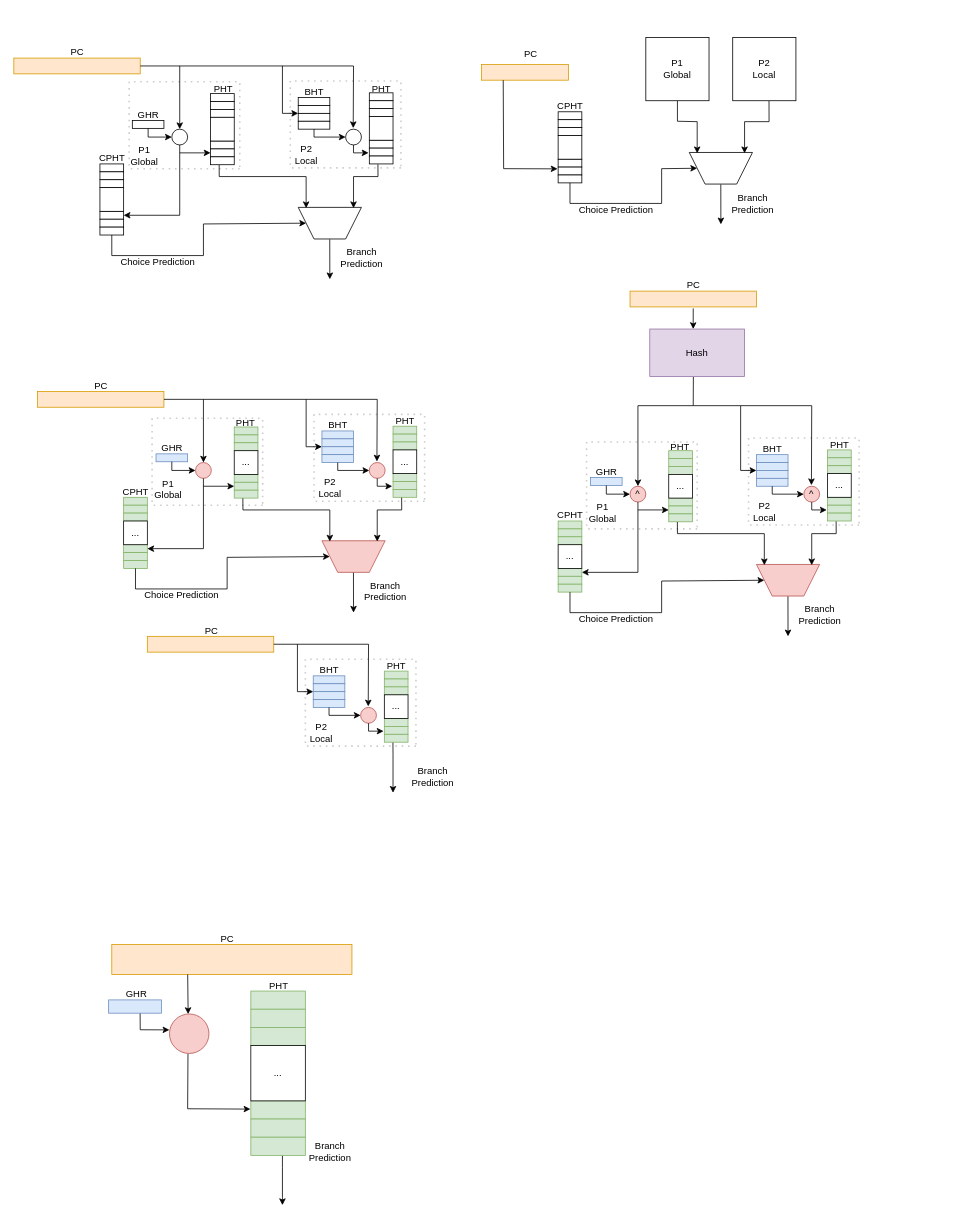
Before: page "分支预测" (8 of 8) of 五级流水.drawio in ZPNMiaoHeng/drawioFolder, a draw.io diagram. Source tidied: cells renumbered, new cells numbered last; positions are measured from the earlier drawing's top-left corner, leaving out a move shared by most shapes. Both pictures are drawn from the tidied source at 79%, with x=0, y=0 at pixel (13, 37).
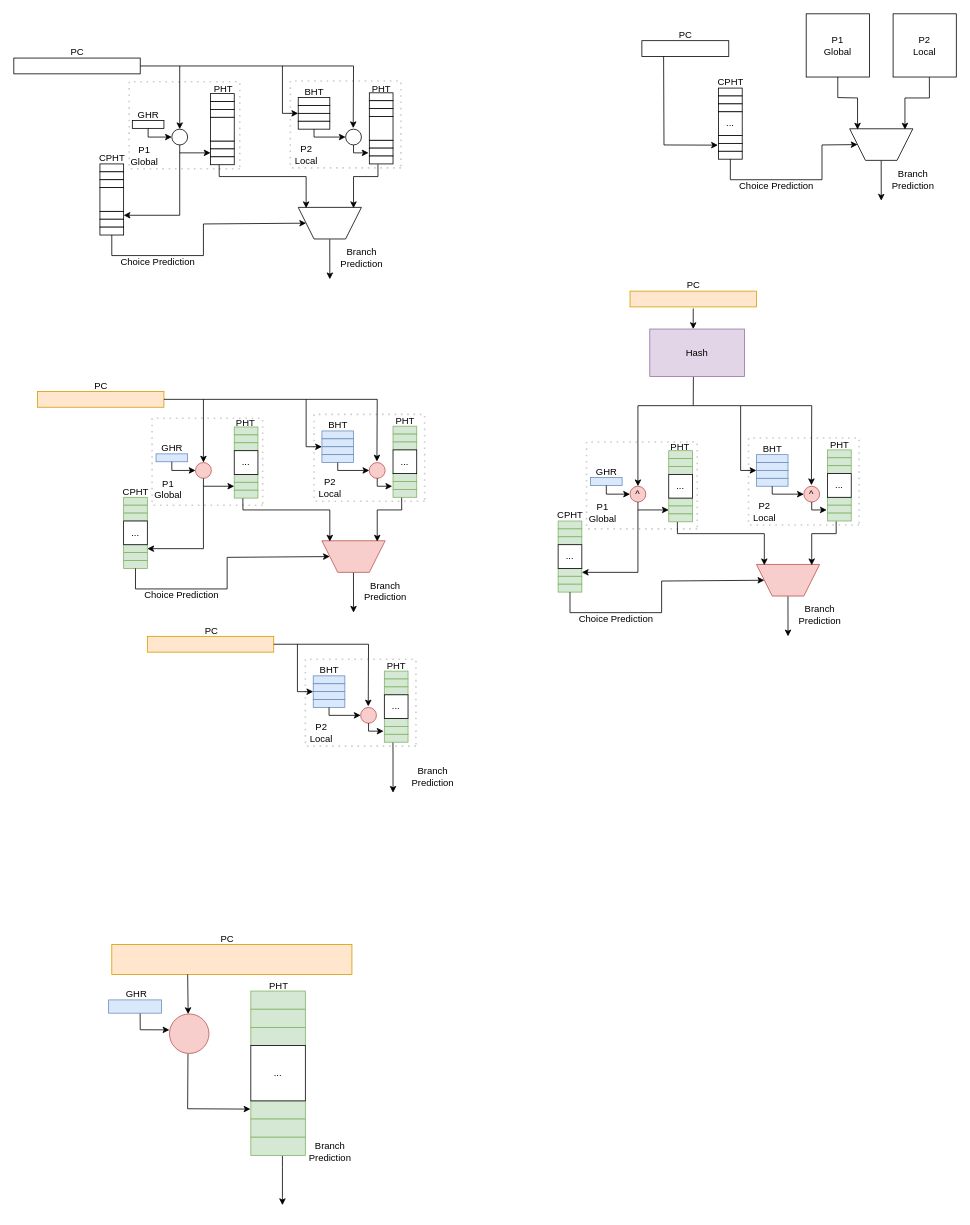
The same diagram, later.

Commit message (it also covers changes not shown here):
更新五级流水.drawio

Diff of the diagram source:
```diff
@@
-    <mxCell id="2" style="rounded=0;whiteSpace=wrap;html=1;fillColor=#ffe6cc;strokeColor=#d79b00;" parent="1" vertex="1">
+    <mxCell id="2" style="rounded=0;whiteSpace=wrap;html=1;" parent="1" vertex="1">
       <mxGeometry y="26" width="160" height="20" as="geometry" />
     </mxCell>
@@
-    <mxCell id="208" style="rounded=0;whiteSpace=wrap;html=1;fillColor=#ffe6cc;strokeColor=#d79b00;" parent="1" vertex="1">
-      <mxGeometry x="592" y="34" width="110" height="20" as="geometry" />
+    <mxCell id="208" style="rounded=0;whiteSpace=wrap;html=1;" parent="1" vertex="1">
+      <mxGeometry x="795" y="4" width="110" height="20" as="geometry" />
     </mxCell>
     <mxCell id="209" value="PC" style="text;html=1;align=center;verticalAlign=middle;strokeColor=none;fillColor=none;" parent="1" vertex="1">
-      <mxGeometry x="634" y="6" width="40" height="30" as="geometry" />
+      <mxGeometry x="830" y="-18" width="40" height="30" as="geometry" />
     </mxCell>
     <mxCell id="210" style="shape=trapezoid;perimeter=trapezoidPerimeter;whiteSpace=wrap;html=1;fixedSize=1;direction=west;" parent="1" vertex="1">
-      <mxGeometry x="855" y="145.5" width="80" height="40" as="geometry" />
+      <mxGeometry x="1058" y="115.5" width="80" height="40" as="geometry" />
     </mxCell>
     <mxCell id="211" style="rounded=0;whiteSpace=wrap;html=1;" parent="1" vertex="1">
-      <mxGeometry x="689" y="94" width="30" height="10" as="geometry" />
+      <mxGeometry x="892" y="64" width="30" height="10" as="geometry" />
     </mxCell>
     <mxCell id="212" style="rounded=0;whiteSpace=wrap;html=1;" parent="1" vertex="1">
-      <mxGeometry x="689" y="104" width="30" height="10" as="geometry" />
+      <mxGeometry x="892" y="74" width="30" height="10" as="geometry" />
     </mxCell>
     <mxCell id="213" style="rounded=0;whiteSpace=wrap;html=1;" parent="1" vertex="1">
-      <mxGeometry x="689" y="114" width="30" height="10" as="geometry" />
+      <mxGeometry x="892" y="84" width="30" height="10" as="geometry" />
     </mxCell>
     <mxCell id="214" style="rounded=0;whiteSpace=wrap;html=1;" parent="1" vertex="1">
-      <mxGeometry x="689" y="154" width="30" height="10" as="geometry" />
+      <mxGeometry x="892" y="124" width="30" height="10" as="geometry" />
     </mxCell>
     <mxCell id="215" style="rounded=0;whiteSpace=wrap;html=1;" parent="1" vertex="1">
-      <mxGeometry x="689" y="164" width="30" height="10" as="geometry" />
+      <mxGeometry x="892" y="134" width="30" height="10" as="geometry" />
     </mxCell>
     <mxCell id="216" style="rounded=0;whiteSpace=wrap;html=1;" parent="1" vertex="1">
-      <mxGeometry x="689" y="174" width="30" height="10" as="geometry" />
+      <mxGeometry x="892" y="144" width="30" height="10" as="geometry" />
     </mxCell>
-    <mxCell id="217" style="rounded=0;whiteSpace=wrap;html=1;" parent="1" vertex="1">
-      <mxGeometry x="689" y="124" width="30" height="30" as="geometry" />
+    <mxCell id="217" value="..." style="rounded=0;whiteSpace=wrap;html=1;" parent="1" vertex="1">
+      <mxGeometry x="892" y="94" width="30" height="30" as="geometry" />
     </mxCell>
     <mxCell id="218" value="CPHT" style="text;html=1;align=center;verticalAlign=middle;strokeColor=none;fillColor=none;" parent="1" vertex="1">
-      <mxGeometry x="674" y="72" width="60" height="30" as="geometry" />
+      <mxGeometry x="877" y="42" width="60" height="30" as="geometry" />
     </mxCell>
     <mxCell id="219" style="endArrow=classic;html=1;rounded=0;entryX=-0.025;entryY=0.224;entryDx=0;entryDy=0;exitX=0.25;exitY=1;exitDx=0;exitDy=0;entryPerimeter=0;" parent="1" edge="1" source="208" target="215">
       <mxGeometry relative="1" as="geometry">
         <Array as="points">
-          <mxPoint x="620" y="166" />
+          <mxPoint x="823" y="136" />
         </Array>
       </mxGeometry>
     </mxCell>
     <mxCell id="220" style="endArrow=classic;html=1;rounded=0;entryX=0.875;entryY=0.975;entryDx=0;entryDy=0;entryPerimeter=0;exitX=0.5;exitY=1;exitDx=0;exitDy=0;" parent="1" edge="1" source="226" target="210">
       <mxGeometry relative="1" as="geometry">
         <Array as="points">
-          <mxPoint x="840" y="106" />
-          <mxPoint x="865" y="106.5" />
+          <mxPoint x="1043" y="76" />
+          <mxPoint x="1068" y="76.5" />
         </Array>
       </mxGeometry>
     </mxCell>
     <mxCell id="221" style="endArrow=classic;html=1;rounded=0;exitX=0.501;exitY=-0.012;exitDx=0;exitDy=0;exitPerimeter=0;" parent="1" edge="1" source="210">
       <mxGeometry relative="1" as="geometry">
-        <mxPoint x="895" y="236.5" as="targetPoint" />
+        <mxPoint x="1098" y="206.5" as="targetPoint" />
       </mxGeometry>
     </mxCell>
     <mxCell id="222" style="endArrow=classic;html=1;rounded=0;exitX=0.5;exitY=1;exitDx=0;exitDy=0;entryX=1;entryY=0.5;entryDx=0;entryDy=0;" parent="1" edge="1" source="216" target="210">
       <mxGeometry relative="1" as="geometry">
         <Array as="points">
-          <mxPoint x="704" y="210" />
-          <mxPoint x="820" y="210" />
-          <mxPoint x="820" y="166" />
+          <mxPoint x="907" y="180" />
+          <mxPoint x="1023" y="180" />
+          <mxPoint x="1023" y="136" />
         </Array>
       </mxGeometry>
     </mxCell>
     <mxCell id="223" style="endArrow=classic;html=1;rounded=0;entryX=0.125;entryY=0.975;entryDx=0;entryDy=0;entryPerimeter=0;exitX=0.574;exitY=1.003;exitDx=0;exitDy=0;exitPerimeter=0;" parent="1" edge="1" source="227" target="210">
       <mxGeometry relative="1" as="geometry">
         <Array as="points">
-          <mxPoint x="956" y="106.5" />
-          <mxPoint x="925" y="106.5" />
+          <mxPoint x="1159" y="76.5" />
+          <mxPoint x="1128" y="76.5" />
         </Array>
       </mxGeometry>
     </mxCell>
     <mxCell id="224" value="Branch&lt;br&gt;Prediction" style="text;html=1;align=center;verticalAlign=middle;strokeColor=none;fillColor=none;" parent="1" vertex="1">
-      <mxGeometry x="895" y="189.5" width="80" height="40" as="geometry" />
+      <mxGeometry x="1098" y="159.5" width="80" height="40" as="geometry" />
     </mxCell>
     <mxCell id="225" value="Choice Prediction" style="text;html=1;align=center;verticalAlign=middle;strokeColor=none;fillColor=none;" parent="1" vertex="1">
-      <mxGeometry x="702" y="203" width="120" height="30" as="geometry" />
+      <mxGeometry x="905" y="173" width="120" height="30" as="geometry" />
     </mxCell>
     <mxCell id="226" value="P1&lt;br&gt;Global" style="whiteSpace=wrap;html=1;" parent="1" vertex="1">
-      <mxGeometry x="800" width="80" height="80" as="geometry" />
+      <mxGeometry x="1003" y="-30" width="80" height="80" as="geometry" />
     </mxCell>
     <mxCell id="227" value="P2&lt;br&gt;Local" style="whiteSpace=wrap;html=1;" parent="1" vertex="1">
-      <mxGeometry x="910" width="80" height="80" as="geometry" />
+      <mxGeometry x="1113" y="-30" width="80" height="80" as="geometry" />
     </mxCell>
```
